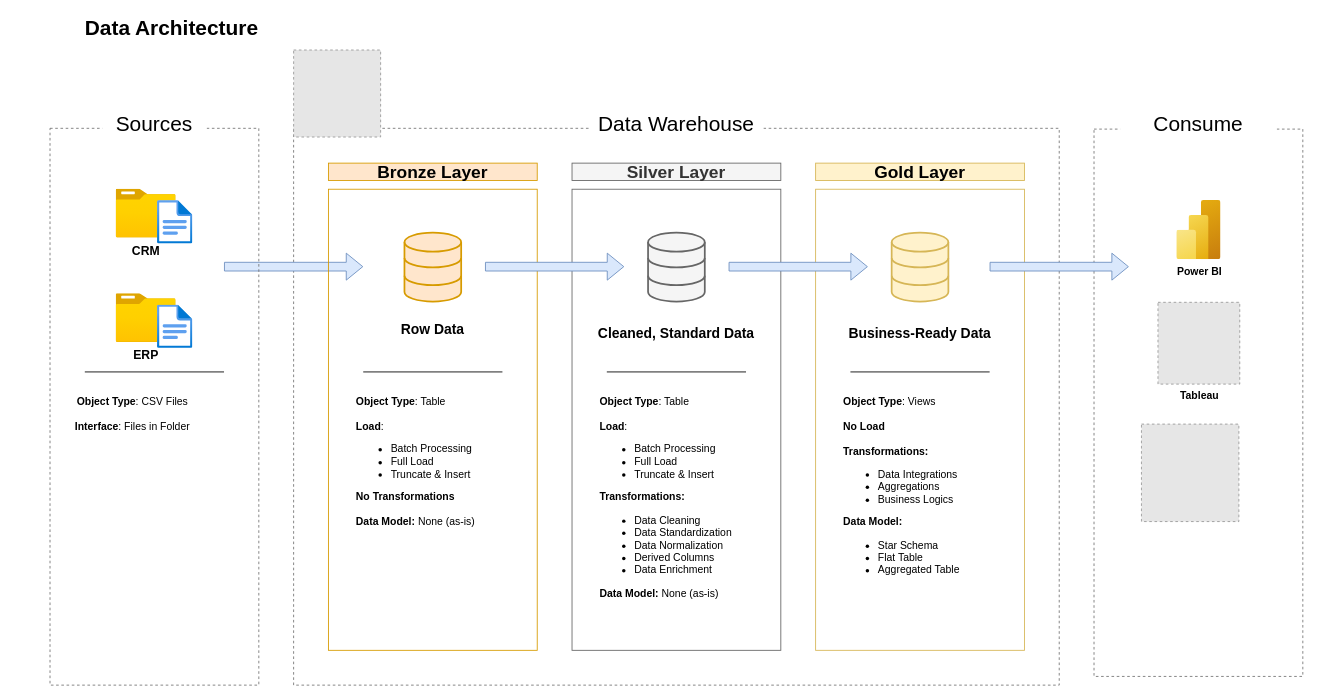
Earlier version of the draw.io diagram docs/data_architecture.drawio (OleksiiShyshkin/sql-data-warehouse-project). Source tidied: cells renumbered, new cells numbered last; positions are measured from the earlier drawing's top-left corner, leaving out a move shared by most shapes. Both pictures are drawn from the tidied source at 87%, with x=0, y=0 at pixel (15, 15). Pictures stored in the file or linked from it are replaced by grey dashed boxes.
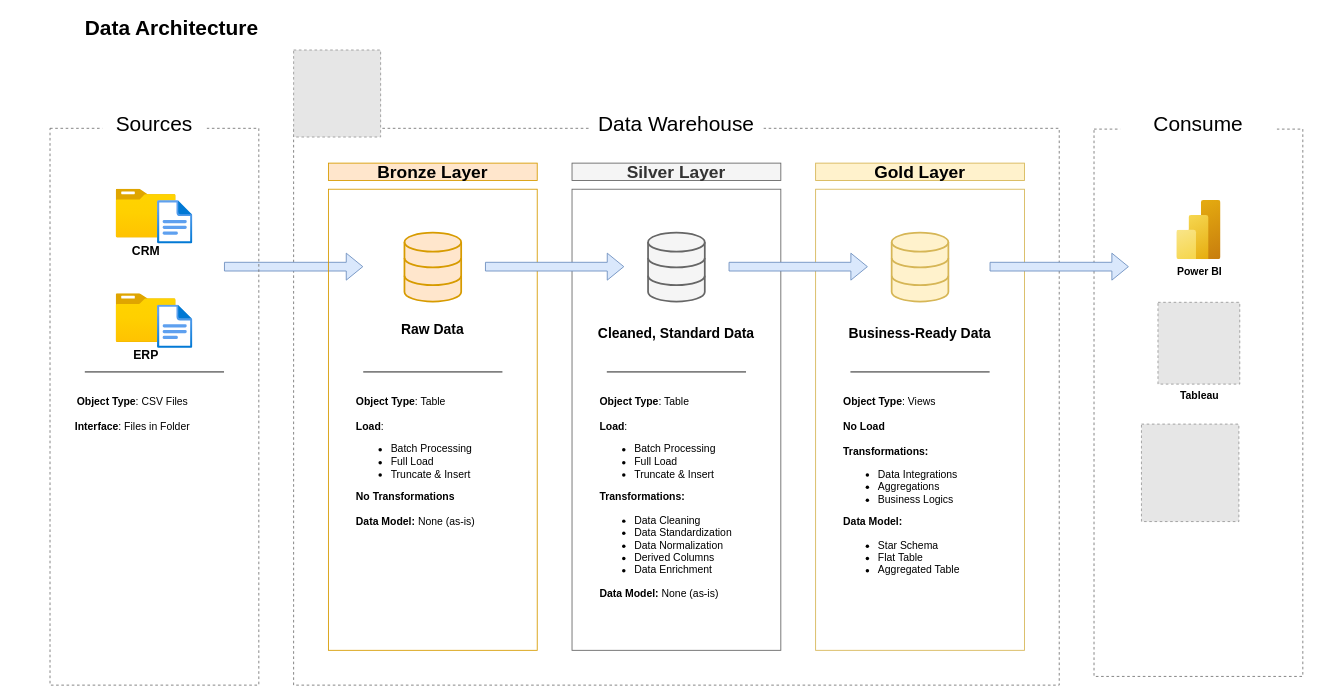
After the change.

What changed in the source:
```diff
@@
-    <mxCell id="21" value="&lt;font style=&quot;font-size: 16px;&quot;&gt;Row Data&lt;/font&gt;" style="text;html=1;align=center;verticalAlign=middle;whiteSpace=wrap;rounded=0;fontStyle=1;" parent="1" vertex="1">
+    <mxCell id="21" value="&lt;font style=&quot;font-size: 16px;&quot;&gt;Raw Data&lt;/font&gt;" style="text;html=1;align=center;verticalAlign=middle;whiteSpace=wrap;rounded=0;fontStyle=1;" parent="1" vertex="1">
       <mxGeometry x="380" y="346" width="200" height="30" as="geometry" />
     </mxCell>
```
